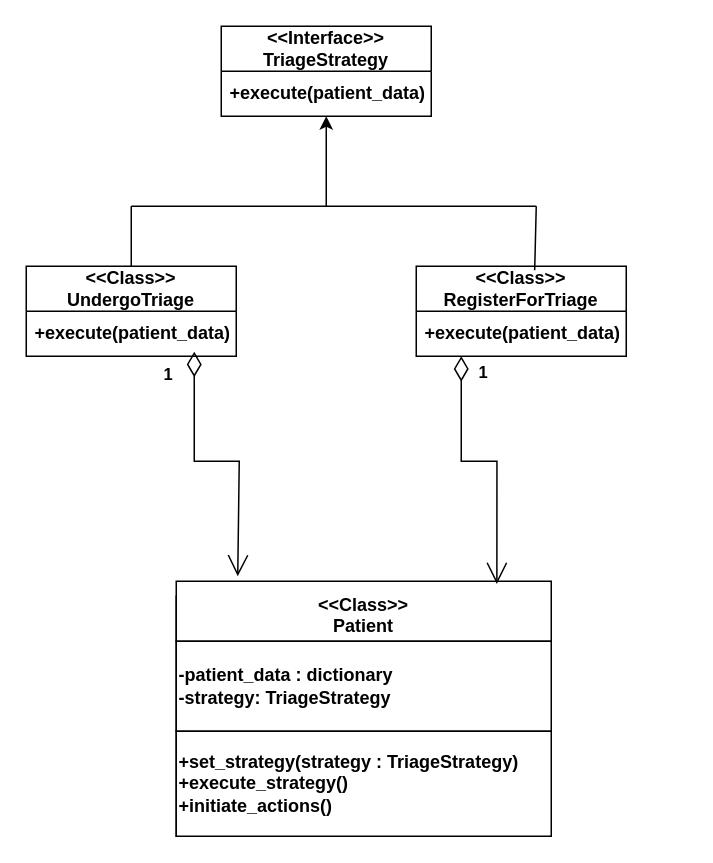
SENG-350-2024-fall/Team-6 keeps this draw.io diagram as Project Milestone 3/Bashar/StrategyPattern.drawio. Above is the earlier version. Source tidied: cells renumbered, new cells numbered last; positions are measured from the earlier drawing's top-left corner, leaving out a move shared by most shapes. Both pictures are drawn from the tidied source at 150%, with x=0, y=0 at pixel (26, 26).
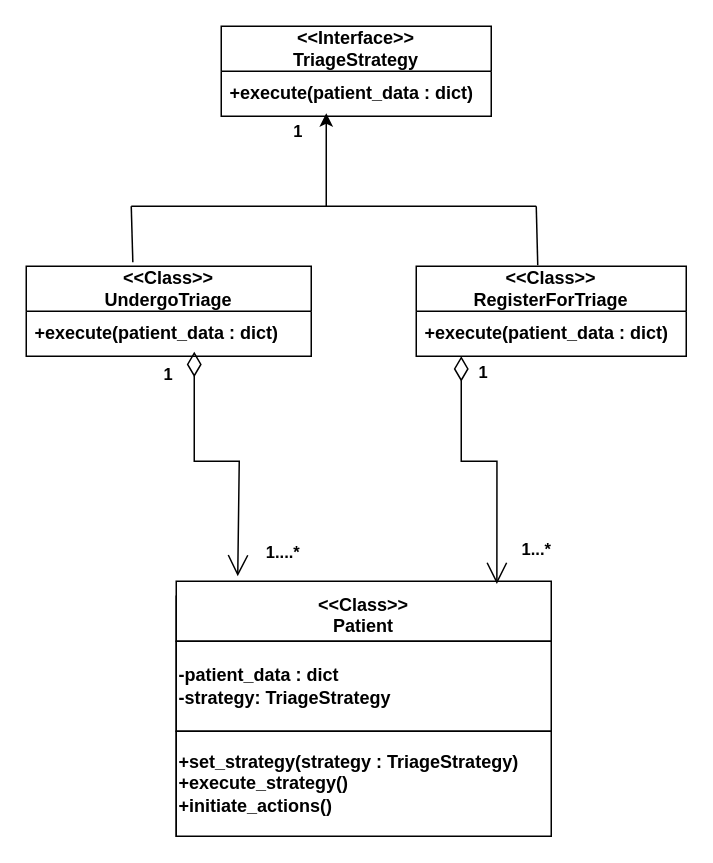
The same page after the edit.

Unchanged cells that the change refers to:
```xml
<mxCell id="12" style="group;fontStyle=1;" parent="1" vertex="1">
  <mxGeometry x="100" y="370" width="250" height="170" as="geometry" />
</mxCell>
<mxCell id="18" value="1" style="endArrow=open;html=1;endSize=12;startArrow=diamondThin;startSize=14;startFill=0;edgeStyle=orthogonalEdgeStyle;align=left;verticalAlign=bottom;rounded=0;entryX=0.164;entryY=-0.083;entryDx=0;entryDy=0;entryPerimeter=0;fontStyle=1;" parent="1" edge="1" target="14">
  <mxGeometry x="-0.73" y="-22" relative="1" as="geometry">
    <mxPoint x="112" y="217" as="sourcePoint" />
    <Array as="points">
      <mxPoint x="112" y="290" />
      <mxPoint x="142" y="290" />
    </Array>
  </mxGeometry>
</mxCell>
<mxCell id="19" value="1" style="endArrow=open;html=1;endSize=12;startArrow=diamondThin;startSize=14;startFill=0;edgeStyle=orthogonalEdgeStyle;align=left;verticalAlign=bottom;rounded=0;fontStyle=1;entryX=0.855;entryY=0.045;entryDx=0;entryDy=0;entryPerimeter=0;" parent="1" edge="1" target="14">
  <mxGeometry x="-0.77" y="10" relative="1" as="geometry">
    <mxPoint x="290" y="220" as="sourcePoint" />
    <Array as="points">
      <mxPoint x="290" y="290" />
      <mxPoint x="314" y="290" />
    </Array>
  </mxGeometry>
</mxCell>
```

The edit, as a diff of the source:
```diff
@@
     <mxCell id="2" value="&amp;lt;&amp;lt;Interface&amp;gt;&amp;gt;&lt;div&gt;TriageStrategy&lt;/div&gt;" style="swimlane;fontStyle=1;horizontal=1;startSize=30;whiteSpace=wrap;html=1;" parent="1" vertex="1">
-      <mxGeometry x="130" width="140" height="60" as="geometry" />
+      <mxGeometry x="130" width="180" height="60" as="geometry" />
     </mxCell>
-    <mxCell id="3" value="+execute(patient_data)" style="text;strokeColor=none;fillColor=none;align=left;verticalAlign=middle;spacingLeft=4;spacingRight=4;overflow=hidden;points=[[0,0.5],[1,0.5]];portConstraint=eastwest;whiteSpace=wrap;html=1;fontStyle=1;" parent="2" vertex="1">
-      <mxGeometry y="30" width="140" height="30" as="geometry" />
+    <mxCell id="3" value="+execute(patient_data : dict)" style="text;strokeColor=none;fillColor=none;align=left;verticalAlign=middle;spacingLeft=4;spacingRight=4;overflow=hidden;points=[[0,0.5],[1,0.5]];portConstraint=eastwest;whiteSpace=wrap;html=1;fontStyle=1;" parent="2" vertex="1">
+      <mxGeometry y="30" width="180" height="30" as="geometry" />
     </mxCell>
     <mxCell id="4" value="&amp;lt;&amp;lt;Class&amp;gt;&amp;gt;&lt;div&gt;UndergoTriage&lt;/div&gt;" style="swimlane;fontStyle=1;horizontal=1;startSize=30;whiteSpace=wrap;html=1;" parent="1" vertex="1">
-      <mxGeometry y="160" width="140" height="60" as="geometry" />
+      <mxGeometry y="160" width="190" height="60" as="geometry" />
     </mxCell>
-    <mxCell id="5" value="+execute(patient_data)" style="text;strokeColor=none;fillColor=none;align=left;verticalAlign=middle;spacingLeft=4;spacingRight=4;overflow=hidden;whiteSpace=wrap;html=1;fontStyle=1;" parent="4" vertex="1">
-      <mxGeometry y="30" width="140" height="30" as="geometry" />
+    <mxCell id="5" value="+execute(patient_data : dict)" style="text;strokeColor=none;fillColor=none;align=left;verticalAlign=middle;spacingLeft=4;spacingRight=4;overflow=hidden;whiteSpace=wrap;html=1;fontStyle=1;" parent="4" vertex="1">
+      <mxGeometry y="30" width="190" height="30" as="geometry" />
     </mxCell>
     <mxCell id="6" value="&amp;lt;&amp;lt;Class&amp;gt;&amp;gt;&lt;div&gt;RegisterForTriage&lt;/div&gt;" style="swimlane;fontStyle=1;horizontal=1;startSize=30;whiteSpace=wrap;html=1;" parent="1" vertex="1">
-      <mxGeometry x="260" y="160" width="140" height="60" as="geometry" />
+      <mxGeometry x="260" y="160" width="180" height="60" as="geometry" />
     </mxCell>
-    <mxCell id="7" value="+execute(patient_data)" style="text;strokeColor=none;fillColor=none;align=left;verticalAlign=middle;spacingLeft=4;spacingRight=4;overflow=hidden;whiteSpace=wrap;html=1;fontStyle=1;" parent="6" vertex="1">
-      <mxGeometry y="30" width="140" height="30" as="geometry" />
+    <mxCell id="7" value="+execute(patient_data : dict)" style="text;strokeColor=none;fillColor=none;align=left;verticalAlign=middle;spacingLeft=4;spacingRight=4;overflow=hidden;whiteSpace=wrap;html=1;fontStyle=1;" parent="6" vertex="1">
+      <mxGeometry y="30" width="180" height="30" as="geometry" />
     </mxCell>
-    <mxCell id="8" style="endArrow=classic;html=1;rounded=0;" parent="1" edge="1" target="3">
+    <mxCell id="8" style="endArrow=classic;html=1;rounded=0;" parent="1" edge="1">
       <mxGeometry relative="1" as="geometry">
         <mxPoint x="200" y="120" as="sourcePoint" />
+        <mxPoint x="200" y="58" as="targetPoint" />
       </mxGeometry>
     </mxCell>
+    <mxCell id="20" value="&lt;b&gt;1&lt;/b&gt;" style="edgeLabel;html=1;align=center;verticalAlign=middle;" parent="8" vertex="1">
+      <mxGeometry x="0.53" y="-1" relative="1" as="geometry">
+        <mxPoint x="-21" y="-4" as="offset" />
+      </mxGeometry>
+    </mxCell>
@@
-    <mxCell id="10" style="endArrow=none;html=1;rounded=0;fontStyle=1;" parent="1" edge="1" source="4">
+    <mxCell id="10" style="endArrow=none;html=1;rounded=0;fontStyle=1;exitX=0.374;exitY=-0.044;exitDx=0;exitDy=0;exitPerimeter=0;" parent="1" edge="1" source="4">
       <mxGeometry relative="1" as="geometry">
         <mxPoint x="70" y="120" as="targetPoint" />
       </mxGeometry>
     </mxCell>
-    <mxCell id="11" style="endArrow=none;html=1;rounded=0;exitX=0.564;exitY=0.044;exitDx=0;exitDy=0;exitPerimeter=0;fontStyle=1;" parent="1" edge="1" source="6">
+    <mxCell id="11" style="endArrow=none;html=1;rounded=0;exitX=0.45;exitY=-0.011;exitDx=0;exitDy=0;exitPerimeter=0;fontStyle=1;" parent="1" edge="1" source="6">
       <mxGeometry relative="1" as="geometry">
         <mxPoint x="340" y="120" as="targetPoint" />
       </mxGeometry>
     </mxCell>
@@
-    <mxCell id="16" value="&lt;span style=&quot;&quot;&gt;-patient_data : dictionary&lt;/span&gt;&lt;div style=&quot;&quot;&gt;-strategy: TriageStrategy&lt;/div&gt;" style="rounded=0;whiteSpace=wrap;html=1;align=left;fontStyle=1;" parent="12" vertex="1">
+    <mxCell id="16" value="&lt;span style=&quot;&quot;&gt;-patient_data : dict&lt;/span&gt;&lt;div style=&quot;&quot;&gt;-strategy: TriageStrategy&lt;/div&gt;" style="rounded=0;whiteSpace=wrap;html=1;align=left;fontStyle=1;" parent="12" vertex="1">
       <mxGeometry y="40" width="250" height="60" as="geometry" />
     </mxCell>
@@
+    <mxCell id="21" value="&lt;b&gt;1....*&lt;/b&gt;" style="edgeLabel;html=1;align=center;verticalAlign=middle;" parent="18" vertex="1">
+      <mxGeometry x="0.61" y="2" relative="1" as="geometry">
+        <mxPoint x="27" y="18" as="offset" />
+      </mxGeometry>
+    </mxCell>
@@
+    <mxCell id="22" value="&lt;b&gt;1...*&lt;/b&gt;" style="edgeLabel;html=1;align=center;verticalAlign=middle;" parent="19" vertex="1">
+      <mxGeometry x="0.68" y="-1" relative="1" as="geometry">
+        <mxPoint x="27" y="4" as="offset" />
+      </mxGeometry>
+    </mxCell>
```
